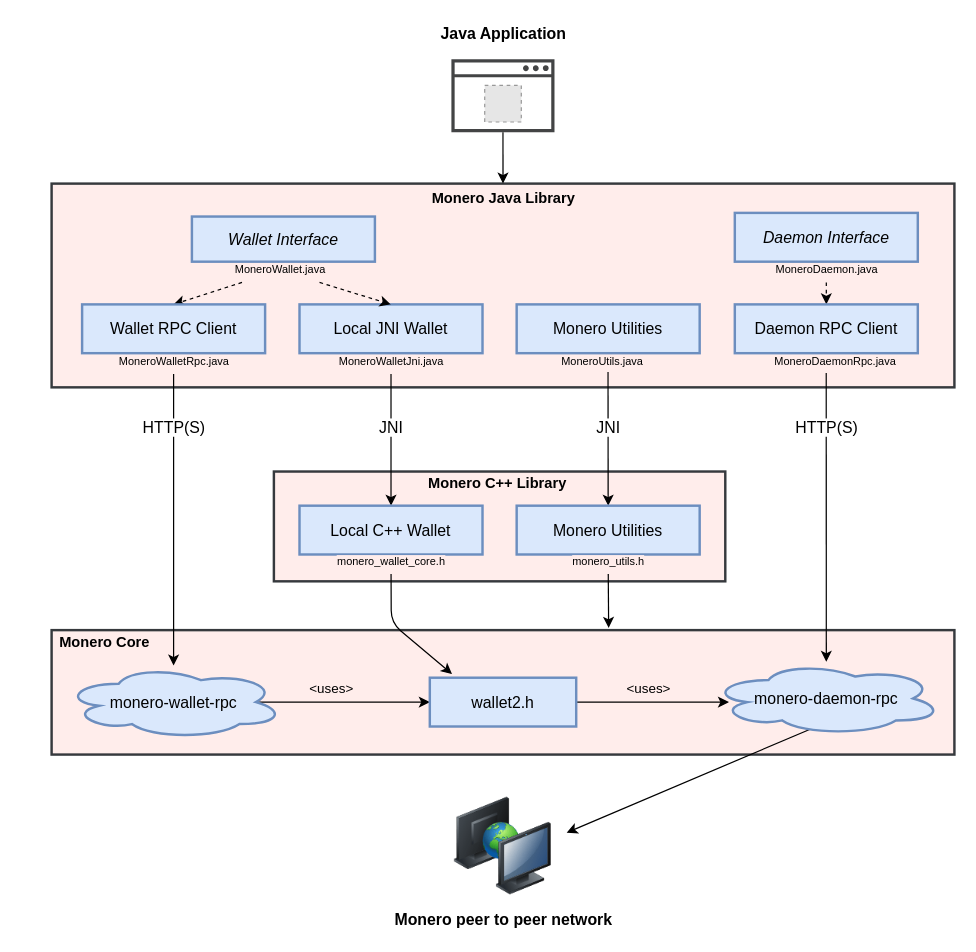
The draw.io diagram docs/architecture.drawio in woodser/monero-java, before the edit. Source tidied: cells renumbered, new cells numbered last; positions are measured from the earlier drawing's top-left corner, leaving out a move shared by most shapes. Both pictures are drawn from the tidied source at 122%, with x=0, y=0 at pixel (21, 21). Pictures stored in the file or linked from it are replaced by grey dashed boxes.
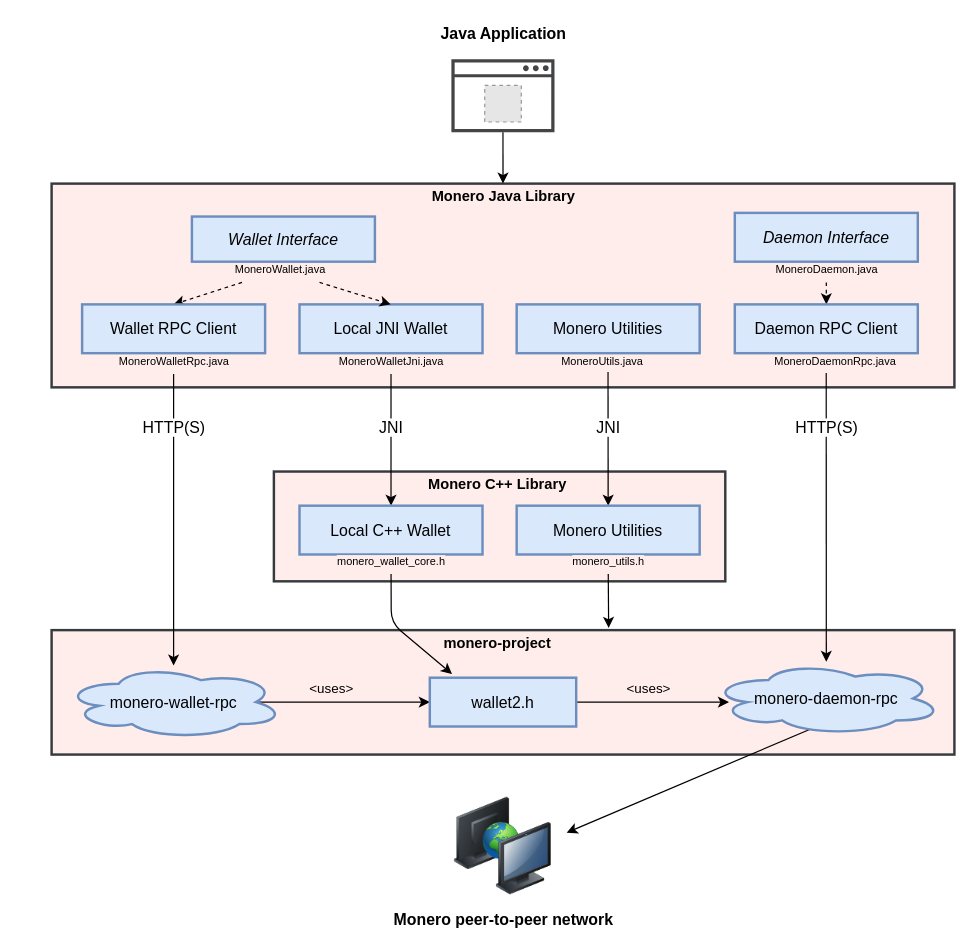
Above is the later version.

Diff of the diagram source:
```diff
@@
     <mxCell id="8" value="Monero Java Library" style="text;html=1;align=center;verticalAlign=middle;fillColor=none;strokeColor=none;rounded=0;fontStyle=1;" parent="1" vertex="1">
-      <mxGeometry x="329.8" y="135" width="130" height="20" as="geometry" />
+      <mxGeometry x="329.8" y="134" width="130" height="20" as="geometry" />
     </mxCell>
@@
-    <mxCell id="11" value="Monero peer to peer network" style="text;html=1;align=center;verticalAlign=middle;fillColor=none;strokeColor=none;rounded=0;fontStyle=1;fontSize=13;" parent="1" vertex="1">
-      <mxGeometry x="299.8" y="726" width="190" height="20" as="geometry" />
+    <mxCell id="11" value="Monero peer-to-peer network" style="text;html=1;align=center;verticalAlign=middle;fillColor=none;strokeColor=none;rounded=0;fontStyle=1;fontSize=13;" parent="1" vertex="1">
+      <mxGeometry x="294.8" y="726" width="200" height="20" as="geometry" />
     </mxCell>
@@
     <mxCell id="16" value="Monero C++ Library" style="text;html=1;align=center;verticalAlign=middle;fillColor=none;strokeColor=none;rounded=0;fontStyle=1;" parent="1" vertex="1">
-      <mxGeometry x="324.8" y="369" width="130" height="20" as="geometry" />
+      <mxGeometry x="324.8" y="370" width="130" height="20" as="geometry" />
     </mxCell>
@@
-    <mxCell id="18" value="Monero Core" style="text;html=1;align=center;verticalAlign=middle;fillColor=none;strokeColor=none;rounded=0;fontStyle=1;" parent="1" vertex="1">
-      <mxGeometry x="22.8" y="499" width="90" height="20" as="geometry" />
+    <mxCell id="18" value="monero-project" style="text;html=1;align=center;verticalAlign=middle;fillColor=none;strokeColor=none;rounded=0;fontStyle=1;" parent="1" vertex="1">
+      <mxGeometry x="339.8" y="500" width="100" height="20" as="geometry" />
     </mxCell>
```
